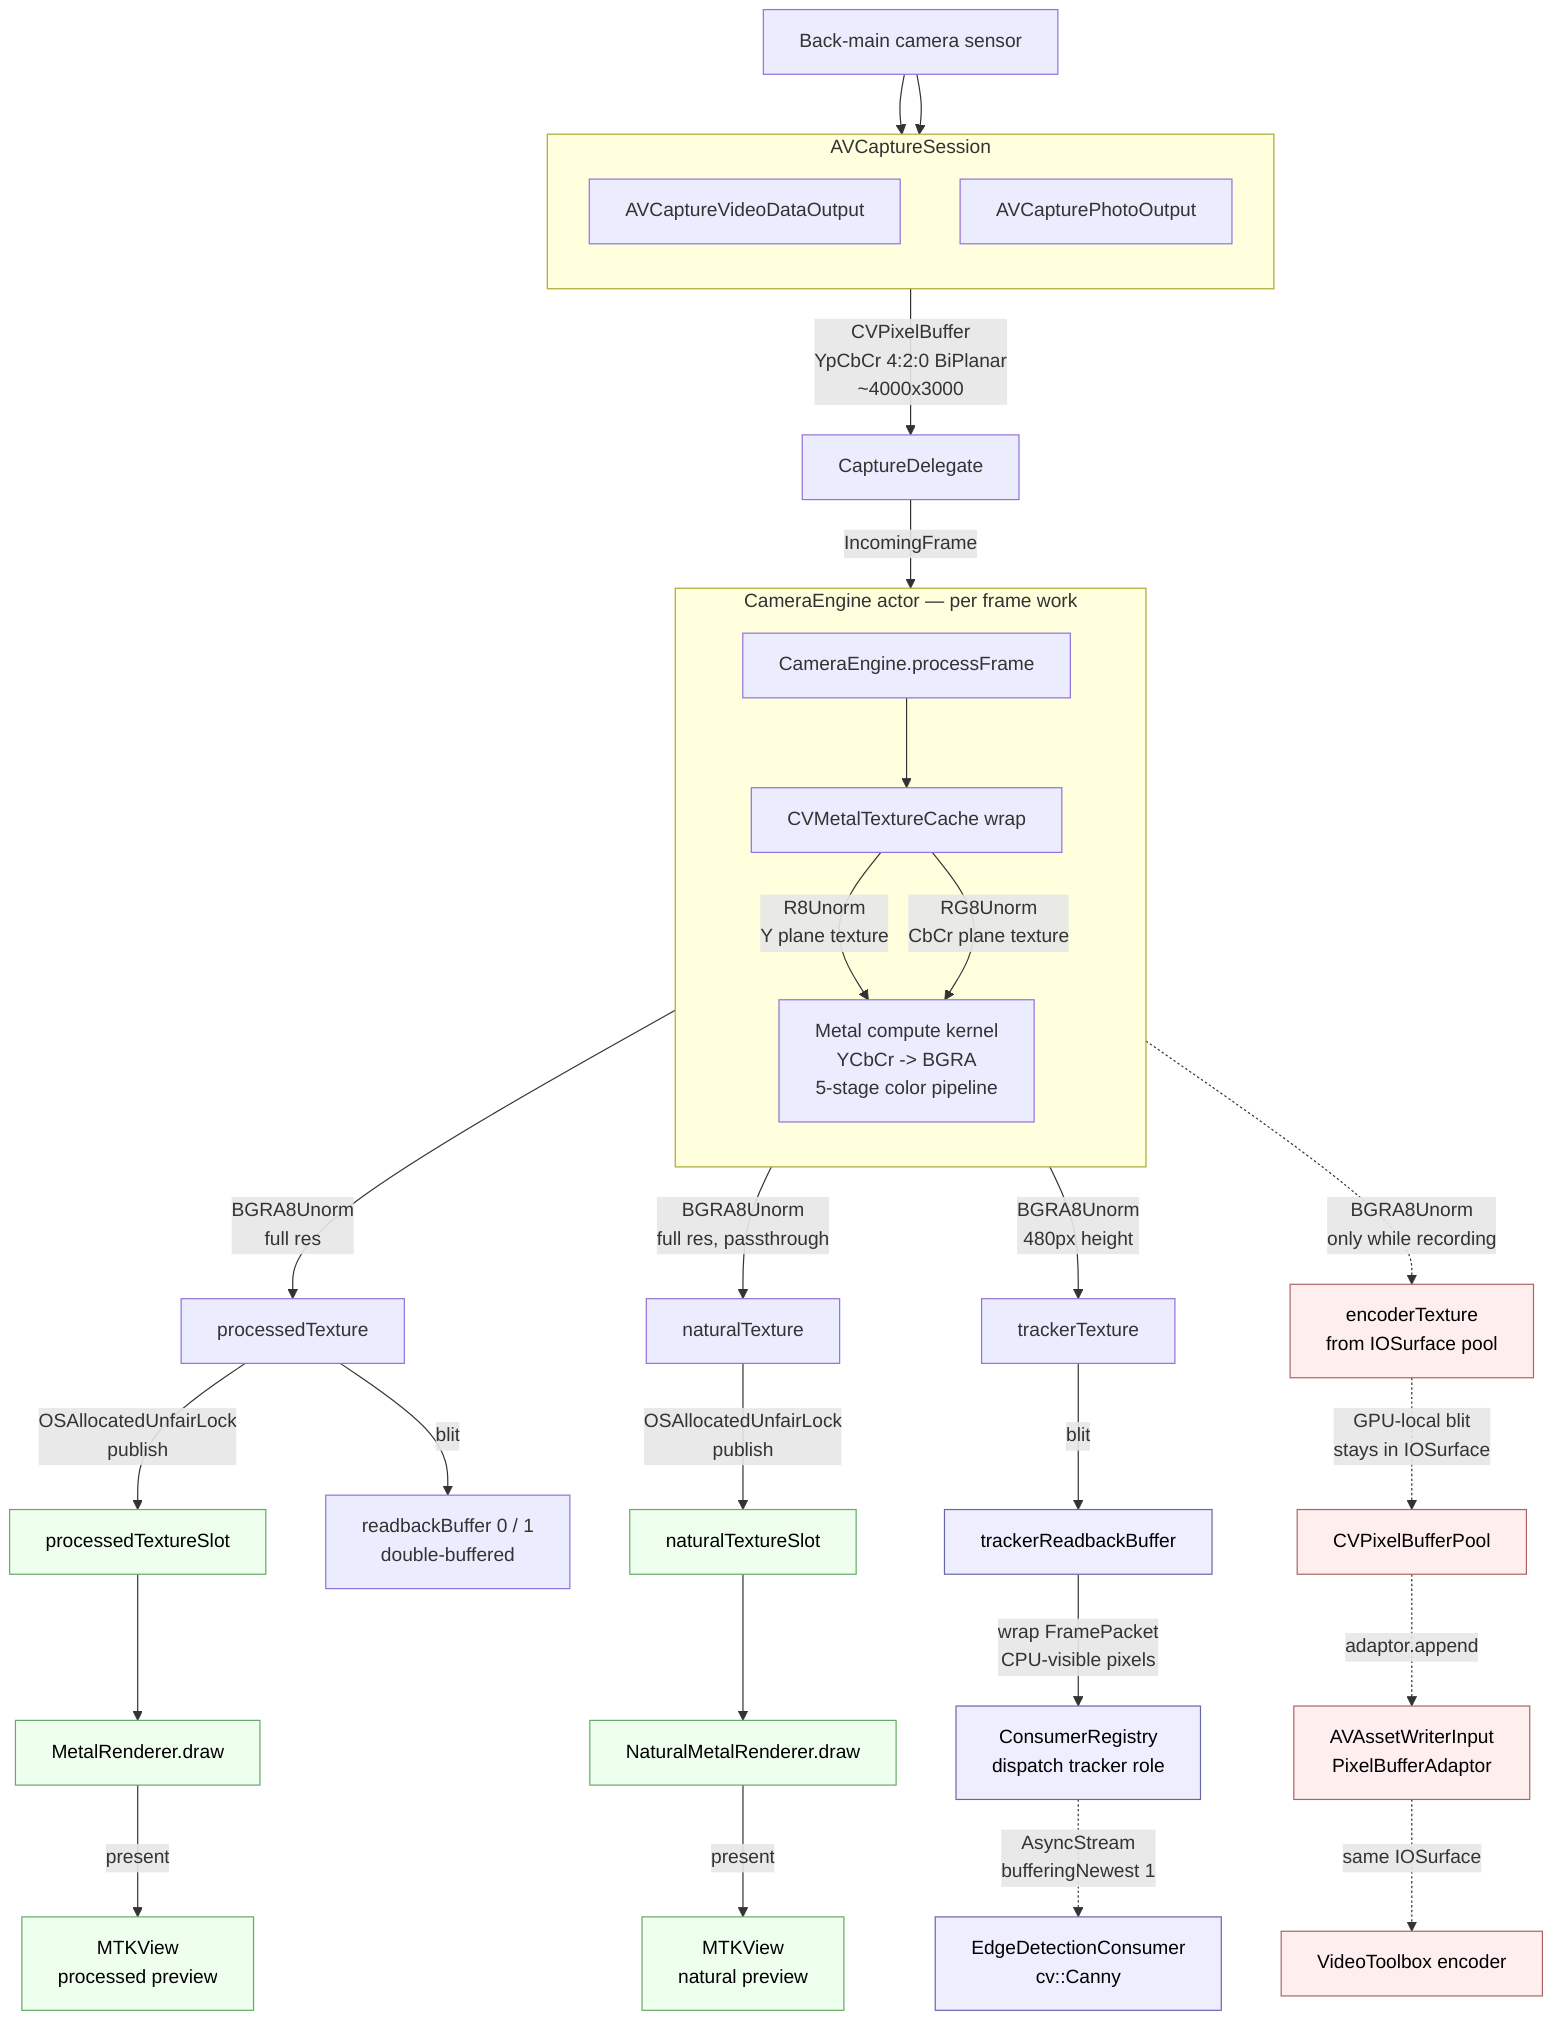
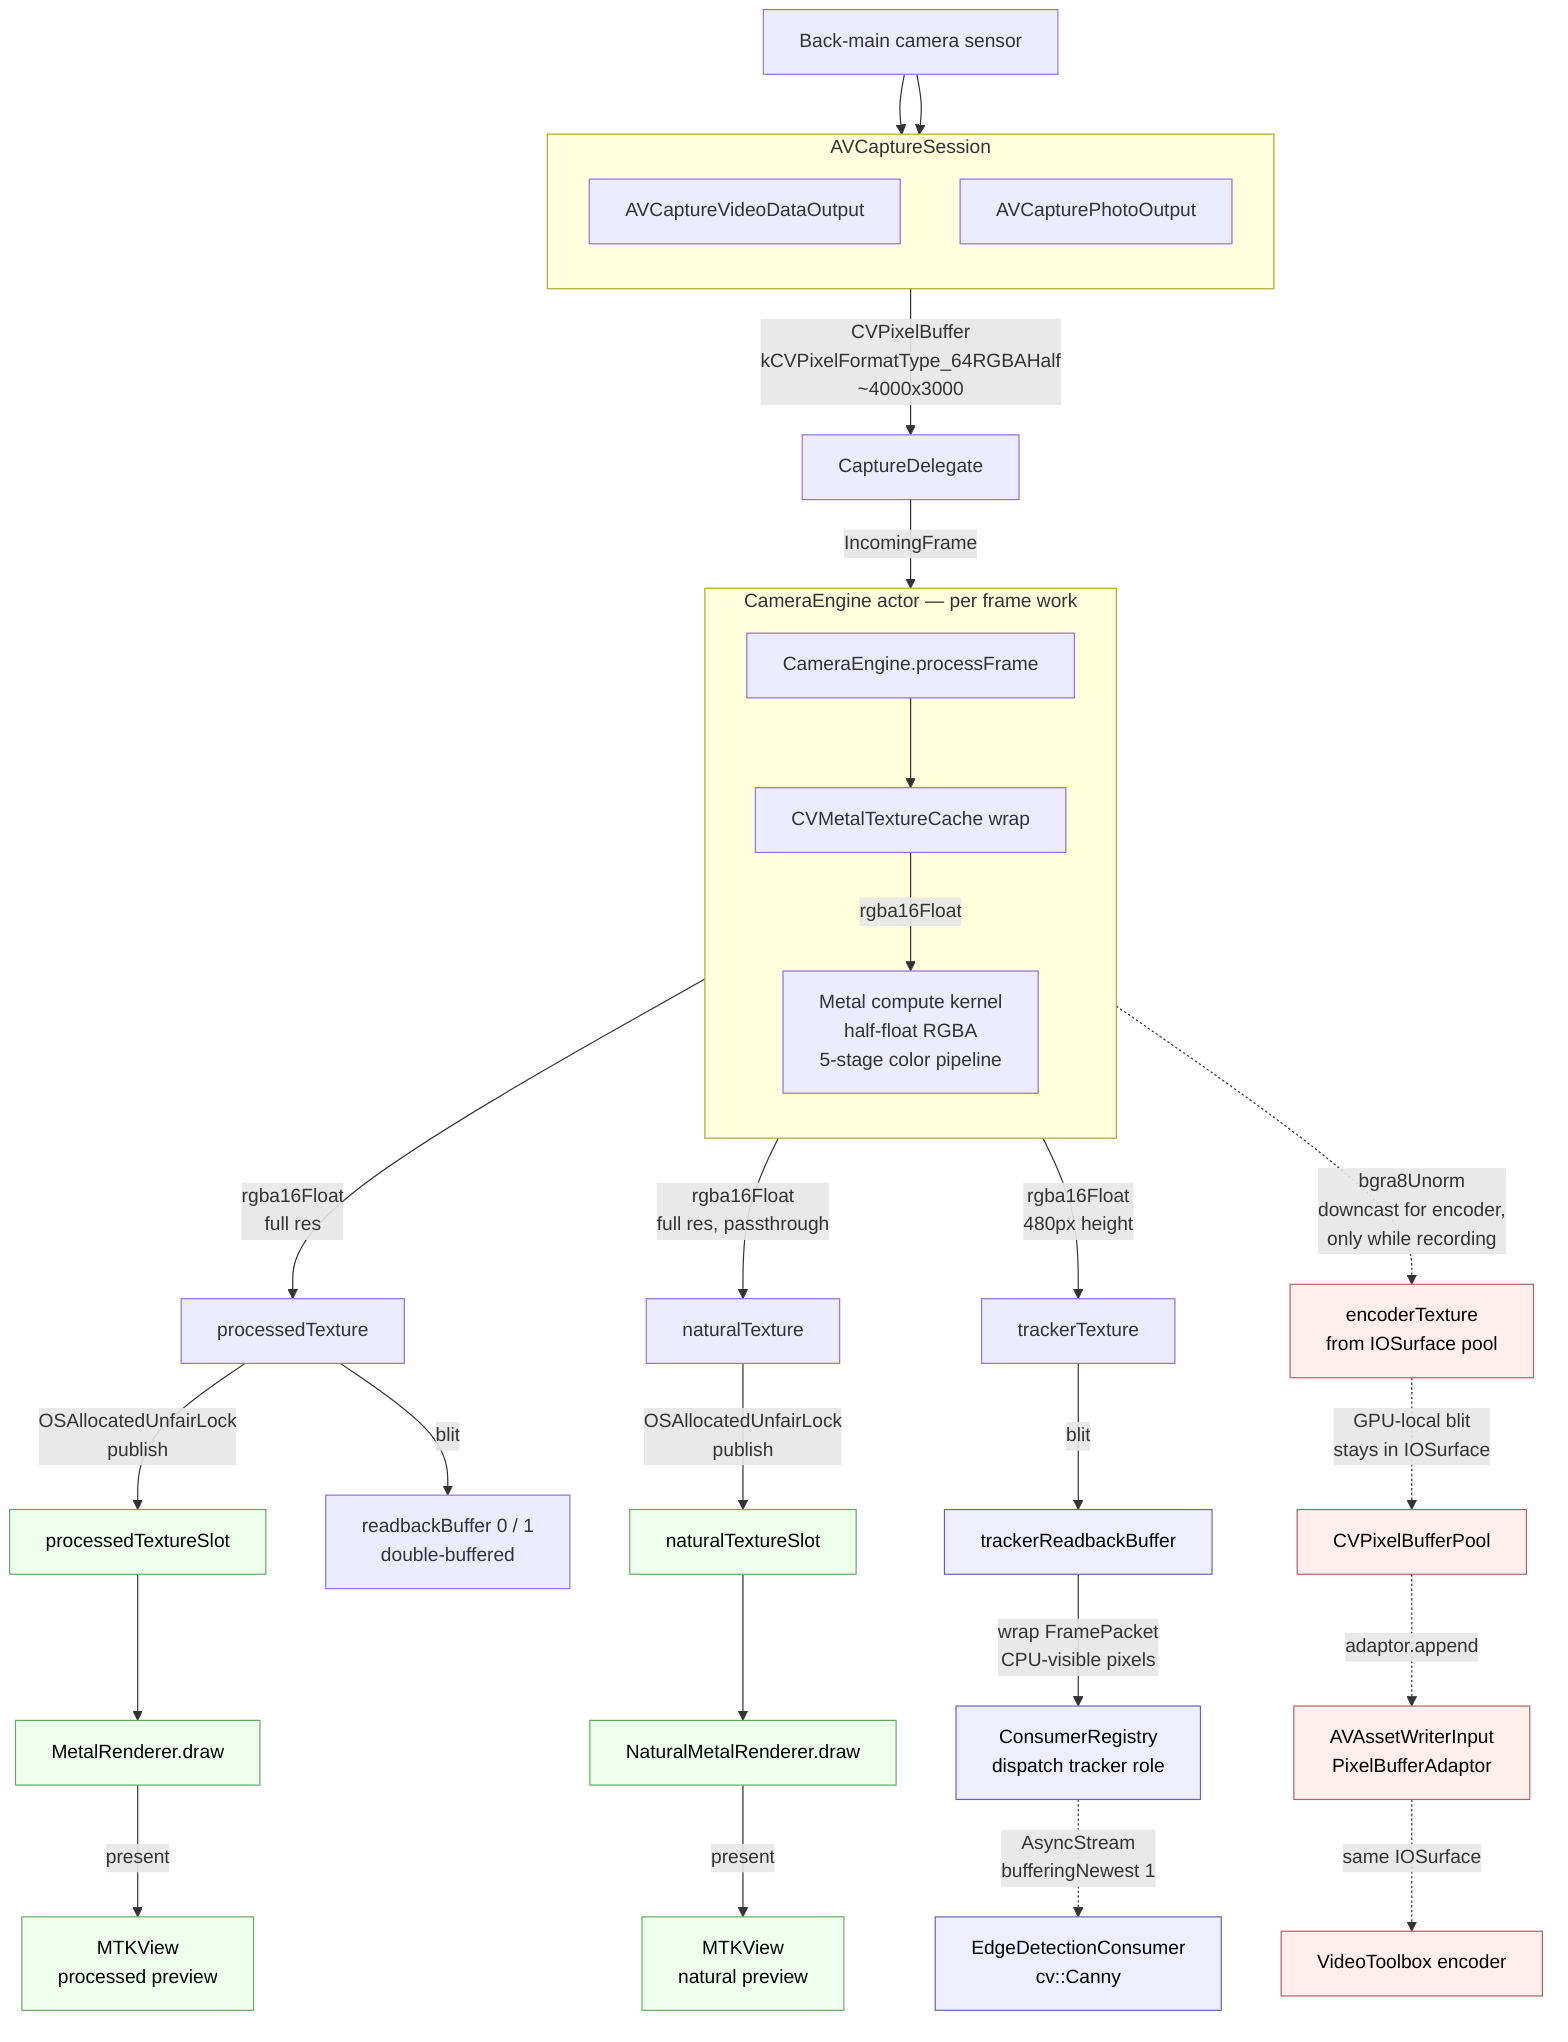
flowchart TB
    HW[Back-main camera sensor]

    subgraph CaptureLayer["AVCaptureSession"]
        direction TB
        AVOut[AVCaptureVideoDataOutput]
        AVPhoto[AVCapturePhotoOutput]
    end

    HW --> AVOut
    HW --> AVPhoto

-     AVOut -->|CVPixelBuffer<br/>YpCbCr 4:2:0 BiPlanar<br/>~4000x3000| CD[CaptureDelegate]
+     AVOut -->|CVPixelBuffer<br/>kCVPixelFormatType_64RGBAHalf<br/>~4000x3000| CD[CaptureDelegate]
    CD -->|IncomingFrame| CE[CameraEngine.processFrame]

    subgraph EngineWork["CameraEngine actor — per frame work"]
        direction TB
        CE --> Wrap[CVMetalTextureCache wrap]
-         Wrap -->|R8Unorm<br/>Y plane texture| Compute
-         Wrap -->|RG8Unorm<br/>CbCr plane texture| Compute
-         Compute[Metal compute kernel<br/>YCbCr -> BGRA<br/>5-stage color pipeline]
+         Wrap -->|rgba16Float| Compute
+         Compute[Metal compute kernel<br/>half-float RGBA<br/>5-stage color pipeline]
    end

-     Compute -->|BGRA8Unorm<br/>full res| Proc[processedTexture]
-     Compute -->|BGRA8Unorm<br/>full res, passthrough| Nat[naturalTexture]
-     Compute -->|BGRA8Unorm<br/>480px height| Trk[trackerTexture]
-     Compute -.->|BGRA8Unorm<br/>only while recording| EncT[encoderTexture<br/>from IOSurface pool]
+     Compute -->|rgba16Float<br/>full res| Proc[processedTexture]
+     Compute -->|rgba16Float<br/>full res, passthrough| Nat[naturalTexture]
+     Compute -->|rgba16Float<br/>480px height| Trk[trackerTexture]
+     Compute -.->|bgra8Unorm<br/>downcast for encoder,<br/>only while recording| EncT[encoderTexture<br/>from IOSurface pool]

    Proc -->|OSAllocatedUnfairLock<br/>publish| PSlot[processedTextureSlot]
    Nat -->|OSAllocatedUnfairLock<br/>publish| NSlot[naturalTextureSlot]

    Proc -->|blit| RB[readbackBuffer 0 / 1<br/>double-buffered]
    Trk -->|blit| TRB[trackerReadbackBuffer]

    PSlot --> MR[MetalRenderer.draw]
    NSlot --> NMR[NaturalMetalRenderer.draw]

    MR -->|present| Disp1[MTKView<br/>processed preview]
    NMR -->|present| Disp2[MTKView<br/>natural preview]

    TRB -->|wrap FramePacket<br/>CPU-visible pixels| CR[ConsumerRegistry<br/>dispatch tracker role]
    CR -.->|AsyncStream<br/>bufferingNewest 1| EDC[EdgeDetectionConsumer<br/>cv::Canny]

    EncT -.->|GPU-local blit<br/>stays in IOSurface| Pool[CVPixelBufferPool]
    Pool -.->|adaptor.append| AW[AVAssetWriterInput<br/>PixelBufferAdaptor]
    AW -.->|same IOSurface| VT[VideoToolbox encoder]

    classDef display fill:#efe,stroke:#6a6,color:#000
    classDef record fill:#fee,stroke:#a66,color:#000
    classDef consume fill:#eef,stroke:#66a,color:#000
    class Disp1,Disp2,MR,NMR,PSlot,NSlot display
    class EncT,Pool,AW,VT record
    class EDC,CR,TRB consume
